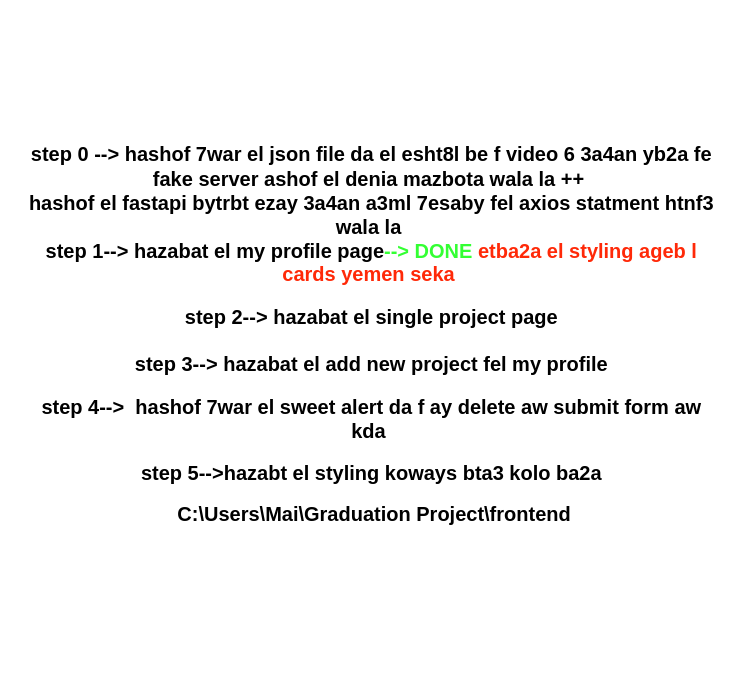
Earlier version of the draw.io diagram frontend/src/Assets/GP.drawio (KirolosYassa/ba-automation). Source tidied: cells renumbered, new cells numbered last; positions are measured from the earlier drawing's top-left corner, leaving out a move shared by most shapes. Both pictures are drawn from the tidied source at 125%, with x=0, y=0 at pixel (21, 21).
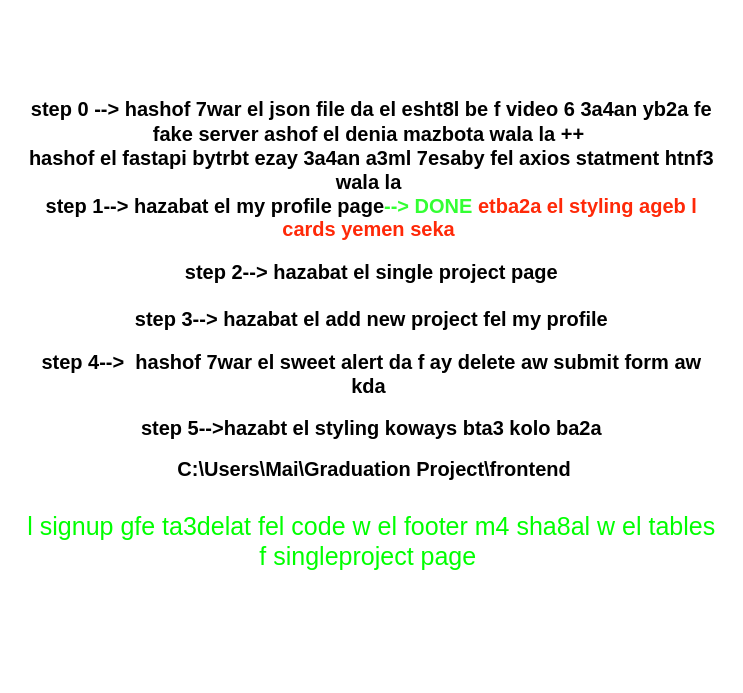
After the change.

The edit, as a diff of the source:
```diff
@@
 <mxGraphModel>
   <root>
     <mxCell id="0" />
     <mxCell id="1" parent="0" />
-    <mxCell id="2" value="&lt;b style=&quot;font-size: 16px;&quot;&gt;step 0 --&amp;gt; hashof 7war el json file da el esht8l be f video 6 3a4an yb2a fe fake server ashof el denia mazbota wala la ++&amp;nbsp;&lt;/b&gt;&lt;br&gt;&lt;b style=&quot;font-size: 16px;&quot;&gt;hashof el fastapi bytrbt ezay 3a4an a3ml 7esaby fel axios statment htnf3 wala la&amp;nbsp;&lt;/b&gt;&lt;br&gt;&lt;b style=&quot;font-size: 16px;&quot;&gt;step 1--&amp;gt; hazabat el my profile page&lt;font color=&quot;#33ff33&quot;&gt;--&amp;gt; DONE &lt;/font&gt;&lt;font color=&quot;#ff2908&quot;&gt;etba2a el styling ageb l cards yemen seka&lt;/font&gt;&amp;nbsp;&lt;/b&gt;&lt;br&gt;&lt;br&gt;&lt;b style=&quot;font-size: 16px;&quot;&gt;step 2--&amp;gt; hazabat el single project page&lt;/b&gt;&lt;br&gt;&lt;b style=&quot;font-size: 16px;&quot;&gt;&amp;nbsp;&lt;/b&gt;&lt;br&gt;&lt;b style=&quot;font-size: 16px;&quot;&gt;step 3--&amp;gt; hazabat el add new project fel my profile&lt;/b&gt;&lt;br&gt;&lt;br&gt;&lt;b style=&quot;font-size: 16px;&quot;&gt;step 4--&amp;gt;&amp;nbsp; hashof 7war el sweet alert da f ay delete aw submit form aw kda&amp;nbsp;&lt;/b&gt;&lt;br&gt;&lt;br&gt;&lt;b style=&quot;font-size: 16px;&quot;&gt;step 5--&amp;gt;hazabt el styling koways bta3 kolo ba2a&lt;br&gt;&lt;/b&gt;&lt;br&gt;&lt;b style=&quot;font-size: 16px;&quot;&gt;&amp;nbsp;&lt;/b&gt;&lt;span style=&quot;font-size: 16px;&quot;&gt;&lt;b&gt;C:\Users\Mai\Graduation Project\frontend&lt;/b&gt;&lt;/span&gt;&lt;br&gt;&lt;b style=&quot;font-size: 16px;&quot;&gt;&amp;nbsp;&amp;nbsp;&lt;/b&gt;" style="text;strokeColor=none;align=center;fillColor=none;html=1;verticalAlign=middle;whiteSpace=wrap;rounded=0;" parent="1" vertex="1">
+    <mxCell id="2" value="&lt;b style=&quot;font-size: 16px;&quot;&gt;step 0 --&amp;gt; hashof 7war el json file da el esht8l be f video 6 3a4an yb2a fe fake server ashof el denia mazbota wala la ++&amp;nbsp;&lt;/b&gt;&lt;br&gt;&lt;b style=&quot;font-size: 16px;&quot;&gt;hashof el fastapi bytrbt ezay 3a4an a3ml 7esaby fel axios statment htnf3 wala la&amp;nbsp;&lt;/b&gt;&lt;br&gt;&lt;b style=&quot;font-size: 16px;&quot;&gt;step 1--&amp;gt; hazabat el my profile page&lt;font color=&quot;#33ff33&quot;&gt;--&amp;gt; DONE &lt;/font&gt;&lt;font color=&quot;#ff2908&quot;&gt;etba2a el styling ageb l cards yemen seka&lt;/font&gt;&amp;nbsp;&lt;/b&gt;&lt;br&gt;&lt;br&gt;&lt;b style=&quot;font-size: 16px;&quot;&gt;step 2--&amp;gt; hazabat el single project page&lt;/b&gt;&lt;br&gt;&lt;b style=&quot;font-size: 16px;&quot;&gt;&amp;nbsp;&lt;/b&gt;&lt;br&gt;&lt;b style=&quot;font-size: 16px;&quot;&gt;step 3--&amp;gt; hazabat el add new project fel my profile&lt;/b&gt;&lt;br&gt;&lt;br&gt;&lt;b style=&quot;font-size: 16px;&quot;&gt;step 4--&amp;gt;&amp;nbsp; hashof 7war el sweet alert da f ay delete aw submit form aw kda&amp;nbsp;&lt;/b&gt;&lt;br&gt;&lt;br&gt;&lt;b style=&quot;font-size: 16px;&quot;&gt;step 5--&amp;gt;hazabt el styling koways bta3 kolo ba2a&lt;br&gt;&lt;/b&gt;&lt;br&gt;&lt;b style=&quot;font-size: 16px;&quot;&gt;&amp;nbsp;&lt;/b&gt;&lt;span style=&quot;font-size: 16px;&quot;&gt;&lt;b&gt;C:\Users\Mai\Graduation Project\frontend&lt;br&gt;&lt;/b&gt;&lt;/span&gt;&lt;font color=&quot;#00ff00&quot; style=&quot;font-size: 20px;&quot;&gt;&lt;br&gt;l signup gfe ta3delat fel code w el footer m4 sha8al w el tables f singleproject page&amp;nbsp;&lt;/font&gt;&lt;br&gt;&lt;b style=&quot;font-size: 16px;&quot;&gt;&amp;nbsp;&amp;nbsp;&lt;/b&gt;" style="text;strokeColor=none;align=center;fillColor=none;html=1;verticalAlign=middle;whiteSpace=wrap;rounded=0;" parent="1" vertex="1">
       <mxGeometry width="560" height="520" as="geometry" />
     </mxCell>
   </root>
 </mxGraphModel>
```
